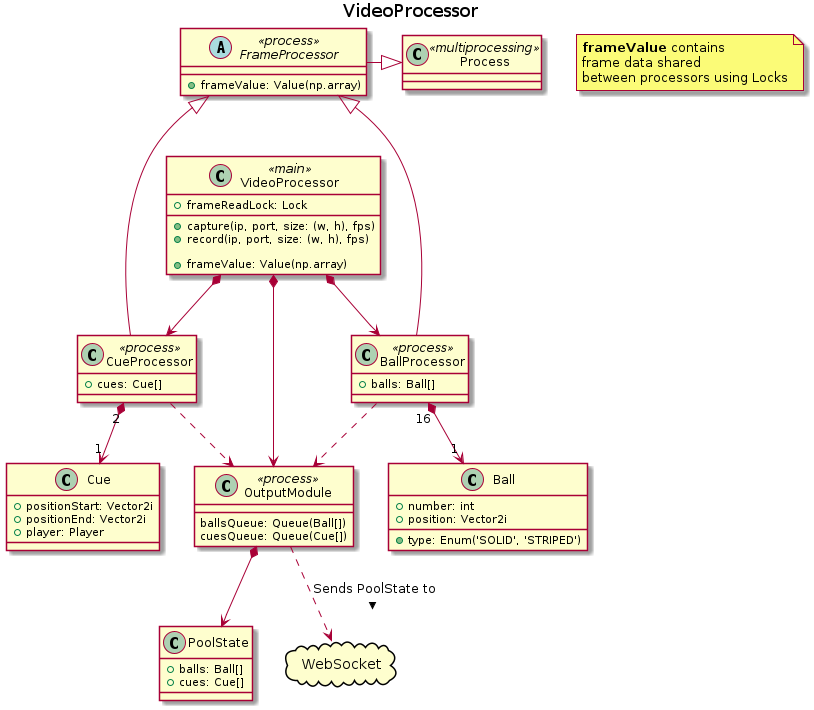
Earlier version of the PlantUML export docs/src/diagrams/out/video_processor_cd.png (damiankoper/ripo). Its diagram source:
```plantuml
@startuml video_processor_cd
title VideoProcessor
allowmixing

note as note
 <b>frameValue</b> contains
 frame data shared
 between processors using Locks
end note

class VideoProcessor <<main>>{
    + capture(ip, port, size: (w, h), fps)
    + record(ip, port, size: (w, h), fps)

    + frameValue: Value(np.array)
    + frameReadLock: Lock
}

abstract class FrameProcessor <<process>>{
    + frameValue: Value(np.array)
}

class CueProcessor <<process>> {
    + cues: Cue[]
}

class BallProcessor <<process>> {
    + balls: Ball[]
}

class OutputModule <<process>> {
    ballsQueue: Queue(Ball[])
    cuesQueue: Queue(Cue[])
}

BallProcessor ..> OutputModule
CueProcessor ..> OutputModule

FrameProcessor <|--- BallProcessor
FrameProcessor <|--- CueProcessor

class Process <<multiprocessing>>


VideoProcessor *--> CueProcessor
VideoProcessor *--> BallProcessor
VideoProcessor *---> OutputModule

FrameProcessor -|> Process

class Cue {
    + positionStart: Vector2i
    + positionEnd: Vector2i
    + player: Player
}

class Ball {
    + number: int
    + position: Vector2i
    + type: Enum('SOLID', 'STRIPED')
}

class PoolState {
    + balls: Ball[]
    + cues: Cue[]
}


cloud WebSocket

OutputModule *--> PoolState
OutputModule ..> WebSocket : Sends PoolState to >

CueProcessor "2" *--> "1" Cue
BallProcessor "16" *--> "1" Ball

@enduml
```
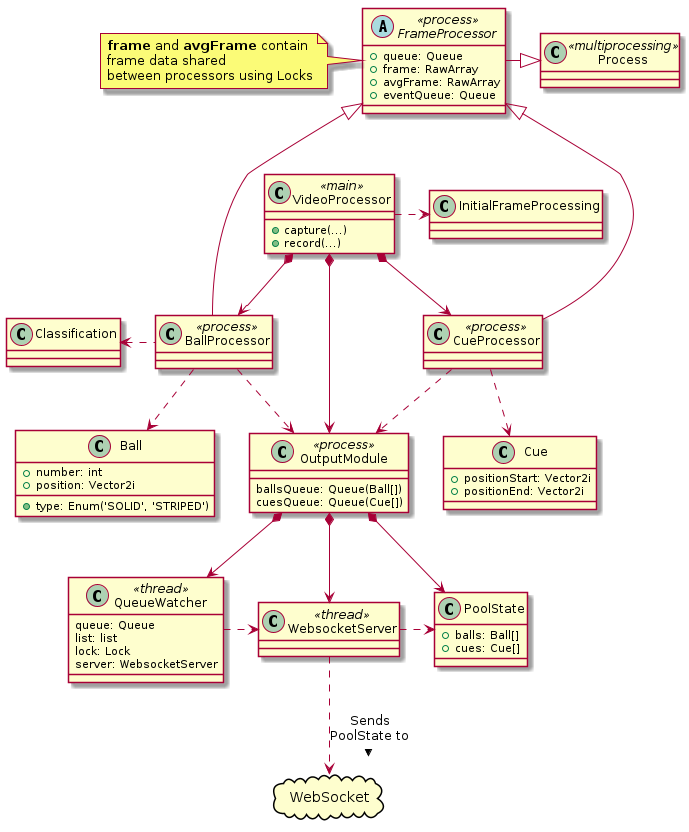
After the change.

Change to the diagram source:
```diff
@@ -1,31 +1,30 @@
 @startuml video_processor_cd
-title VideoProcessor
 allowmixing
 
-note as note
- <b>frameValue</b> contains
- frame data shared
- between processors using Locks
-end note
+
 
 class VideoProcessor <<main>>{
-    + capture(ip, port, size: (w, h), fps)
-    + record(ip, port, size: (w, h), fps)
-
-    + frameValue: Value(np.array)
-    + frameReadLock: Lock
+    + capture(...)
+    + record(...)
 }
 
 abstract class FrameProcessor <<process>>{
-    + frameValue: Value(np.array)
+    + queue: Queue
+    + frame: RawArray
+    + avgFrame: RawArray
+    + eventQueue: Queue
 }
 
+note left of FrameProcessor
+<b>frame</b> and <b>avgFrame</b> contain
+frame data shared
+between processors using Locks
+end note
+
 class CueProcessor <<process>> {
-    + cues: Cue[]
 }
 
 class BallProcessor <<process>> {
-    + balls: Ball[]
 }
 
 class OutputModule <<process>> {
@@ -51,7 +50,6 @@
 class Cue {
     + positionStart: Vector2i
     + positionEnd: Vector2i
-    + player: Player
 }
 
 class Ball {
@@ -65,13 +63,30 @@
     + cues: Cue[]
 }
 
+class InitialFrameProcessing
+class Classification
+VideoProcessor .> InitialFrameProcessing
+BallProcessor .left.> Classification
 
 cloud WebSocket
 
+class QueueWatcher <<thread>>{
+    queue: Queue
+    list: list
+    lock: Lock
+    server: WebsocketServer
+}
+class WebsocketServer <<thread>>
+
 OutputModule *--> PoolState
-OutputModule ..> WebSocket : Sends PoolState to >
+OutputModule *--> QueueWatcher
+OutputModule *--> WebsocketServer
+WebsocketServer ..> WebSocket : Sends\nPoolState to >
+WebsocketServer .>PoolState
 
-CueProcessor "2" *--> "1" Cue
-BallProcessor "16" *--> "1" Ball
+QueueWatcher .> WebsocketServer
+
+CueProcessor ..> Cue
+BallProcessor ..>  Ball
 
 @enduml
```
